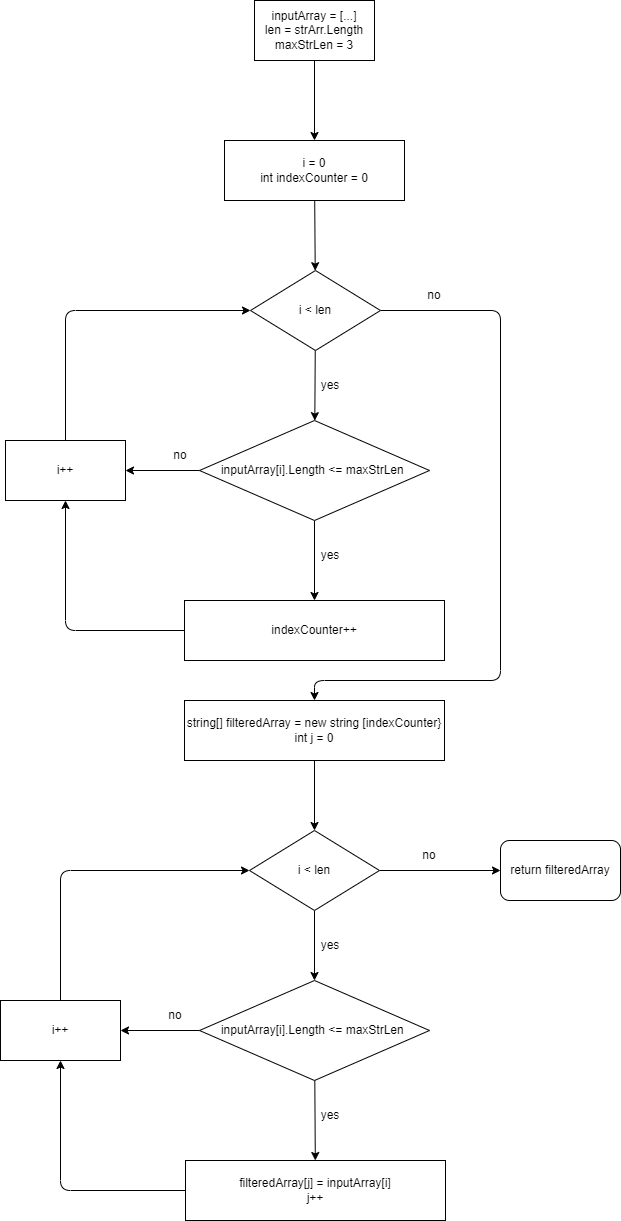
Krooper/C-Sharp-Basics-final-task keeps this draw.io diagram as diagram.drawio.png. Above is the earlier version. Source tidied: cells renumbered, new cells last; positions are measured from the earlier drawing's top-left corner, leaving out a move shared by most shapes.
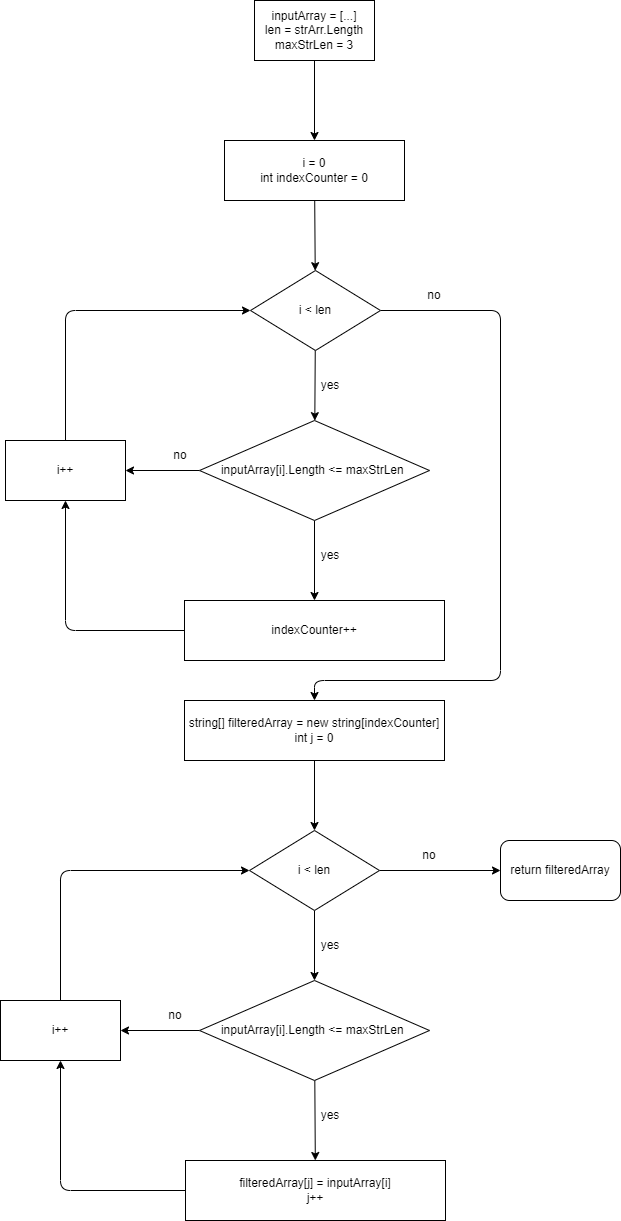
Above is the later version.

Commit message:
changed the ArrayElementFilter method and modified diagram and readme files so that they all were up-to-date

Diff of the diagram source:
```diff
@@ -17,8 +17,9 @@
     <mxCell id="6" style="edgeStyle=none;html=1;" parent="1" edge="1" source="8" target="13">
       <mxGeometry relative="1" as="geometry" />
     </mxCell>
-    <mxCell id="7" style="edgeStyle=none;html=1;exitX=1;exitY=0.5;exitDx=0;exitDy=0;fontFamily=Helvetica;entryX=0.5;entryY=0;entryDx=0;entryDy=0;" parent="1" edge="1" source="8" target="36">
+    <mxCell id="7" style="edgeStyle=none;html=1;exitX=1;exitY=0.5;exitDx=0;exitDy=0;fontFamily=Helvetica;entryX=0.5;entryY=0;entryDx=0;entryDy=0;" parent="1" edge="1" source="8">
       <mxGeometry relative="1" as="geometry">
+        <mxPoint x="314" y="700" as="targetPoint" />
         <Array as="points">
           <mxPoint x="500" y="310" />
           <mxPoint x="500" y="680" />
@@ -73,8 +74,10 @@
     <mxCell id="20" value="yes" style="text;html=1;strokeColor=none;fillColor=none;align=center;verticalAlign=middle;whiteSpace=wrap;rounded=0;" parent="1" vertex="1">
       <mxGeometry x="300" y="540" width="60" height="30" as="geometry" />
     </mxCell>
-    <mxCell id="21" style="edgeStyle=none;html=1;exitX=0.5;exitY=1;exitDx=0;exitDy=0;" parent="1" edge="1" source="36" target="24">
-      <mxGeometry relative="1" as="geometry" />
+    <mxCell id="21" style="edgeStyle=none;html=1;exitX=0.5;exitY=1;exitDx=0;exitDy=0;" parent="1" edge="1" target="24">
+      <mxGeometry relative="1" as="geometry">
+        <mxPoint x="314" y="760" as="sourcePoint" />
+      </mxGeometry>
     </mxCell>
     <mxCell id="22" style="edgeStyle=none;html=1;" parent="1" edge="1" source="24" target="28">
       <mxGeometry relative="1" as="geometry" />
@@ -126,8 +129,8 @@
     <mxCell id="35" value="i++" style="whiteSpace=wrap;html=1;rounded=0;" parent="1" vertex="1">
       <mxGeometry y="1000" width="120" height="60" as="geometry" />
     </mxCell>
-    <mxCell id="36" value="&lt;div&gt;string[] filteredArray = new string [indexCounter}&lt;br&gt;&lt;/div&gt;&lt;div&gt;int j = 0&lt;/div&gt;" style="whiteSpace=wrap;html=1;rounded=0;" parent="1" vertex="1">
-      <mxGeometry x="184" y="700" width="260" height="60" as="geometry" />
-    </mxCell>
+    <mxCell id="37" value="string[] filteredArray = new string[indexCounter]&lt;br&gt;int j = 0" style="whiteSpace=wrap;html=1;rounded=0;" parent="1" vertex="1">
+      <mxGeometry x="184" y="700" width="260" height="60" as="geometry" />
+    </mxCell>
   </root>
 </mxGraphModel>
```
